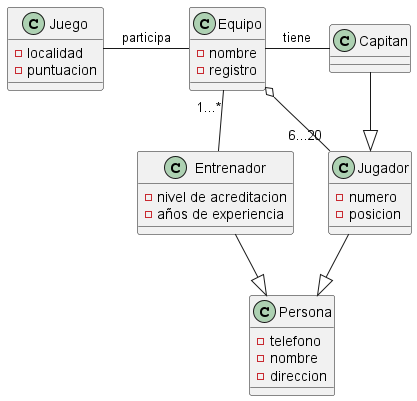
Earlier version of the PlantUML export out/docs/diagrams/F-gameClassDiagram/F-gameClassDiagram.png (SoMarcanoDev/IS-022023). Source of this version:
```plantuml
@startuml
class Equipo{
    -nombre
    -registro
}
class Jugador {
    -numero
    -posicion
}
class Capitan
class Juego {
    -localidad
    -puntuacion
}
class Entrenador {
    -nivel de acreditacion
    -años de experiencia
}
class Persona {
    -telefono
    -nombre
    -direccion
}

Equipo o-down- "6...20" Jugador
Equipo - Capitan :tiene
Equipo -left- Juego :participa
Equipo "1...*" -- Entrenador
Jugador <|-up- Capitan
Persona <|-up- Jugador
Persona <|-up- Entrenador
@enduml
```
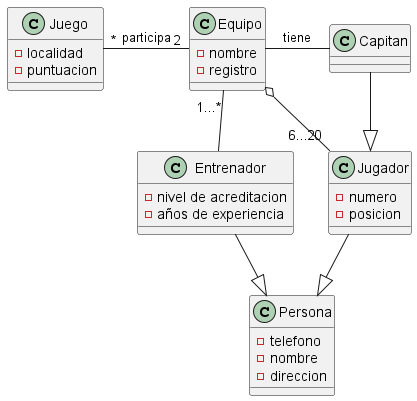
Later version of the same file.

Change to the diagram source:
```diff
@@ -24,7 +24,7 @@
 
 Equipo o-down- "6...20" Jugador
 Equipo - Capitan :tiene
-Equipo -left- Juego :participa
+Equipo "2"-left-"*" Juego :participa
 Equipo "1...*" -- Entrenador
 Jugador <|-up- Capitan
 Persona <|-up- Jugador
```
